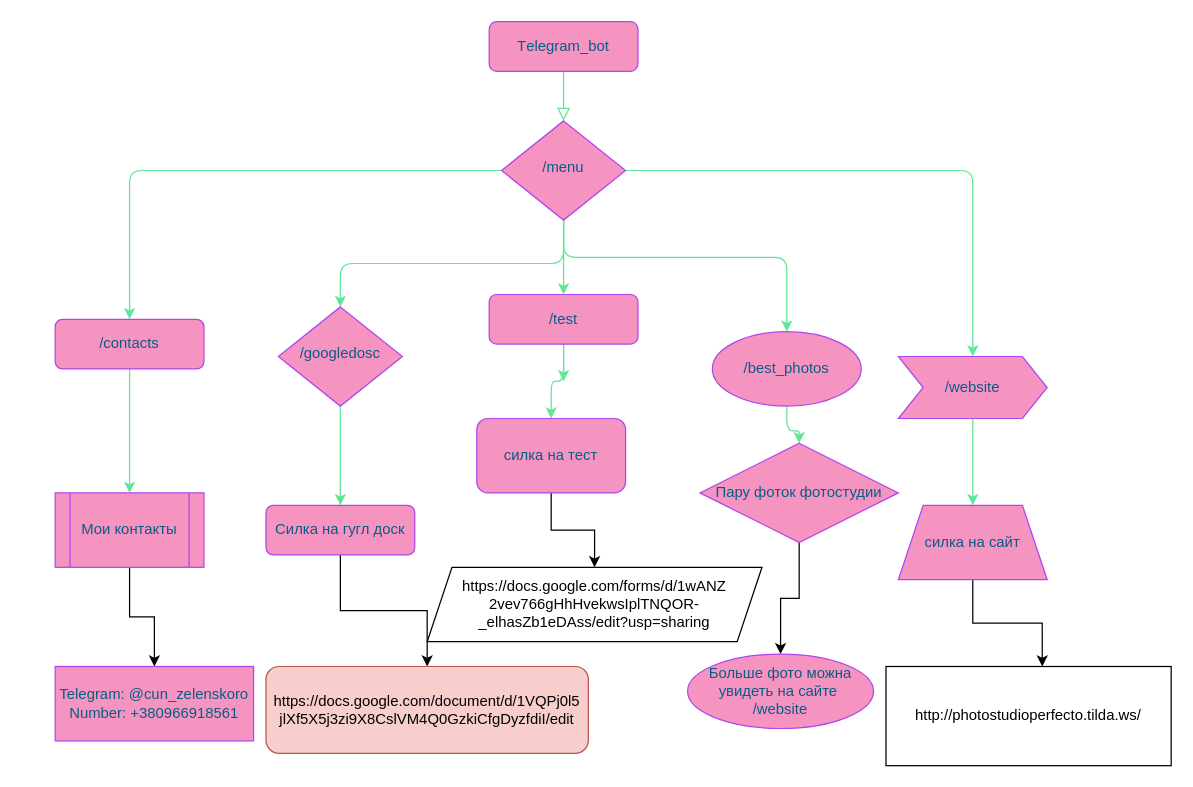
Above: Untitled Diagram.drawio in VitalyTimchenko/VitaliyTimchenkoLR_1 (draw.io), before the change. Source tidied: cells renumbered, new cells numbered last; positions are measured from the earlier drawing's top-left corner, leaving out a move shared by most shapes. Both pictures are drawn from the tidied source at 124%, with x=0, y=0 at pixel (55, 21).
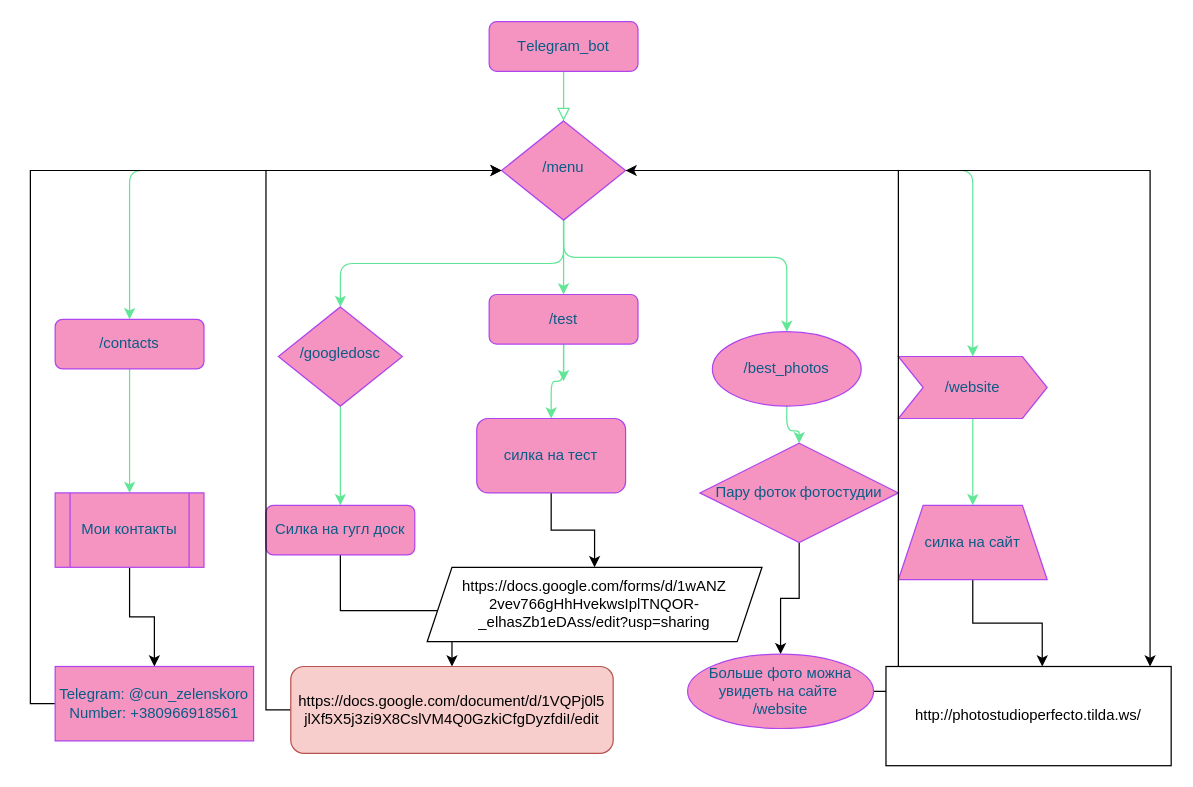
The same diagram, later.

The change refers to these unchanged cells:
```xml
<mxCell id="9" value="/menu" style="rhombus;whiteSpace=wrap;html=1;shadow=0;fontFamily=Helvetica;fontSize=12;align=center;strokeWidth=1;spacing=6;spacingTop=-4;fillColor=#F694C1;strokeColor=#AF45ED;fontColor=#095C86;" parent="1" vertex="1">
  <mxGeometry x="360" y="80" width="100" height="80" as="geometry" />
</mxCell>
<mxCell id="32" value="&lt;div&gt;Telegram: @cun_zelenskoro&lt;/div&gt;&lt;div&gt;Number: +380966918561&lt;/div&gt;" style="whiteSpace=wrap;html=1;fillColor=#F694C1;strokeColor=#AF45ED;fontColor=#095C86;rounded=0;sketch=0;" parent="1" vertex="1">
  <mxGeometry y="520" width="160" height="60" as="geometry" />
</mxCell>
<mxCell id="35" value="&lt;div&gt;Больше фото можна увидеть на сайте&amp;nbsp;&lt;/div&gt;&lt;div&gt;/website&lt;/div&gt;" style="ellipse;whiteSpace=wrap;html=1;fillColor=#F694C1;strokeColor=#AF45ED;fontColor=#095C86;rounded=0;sketch=0;" parent="1" vertex="1">
  <mxGeometry x="510" y="510" width="150" height="60" as="geometry" />
</mxCell>
<mxCell id="36" value="http://photostudioperfecto.tilda.ws/" style="whiteSpace=wrap;html=1;" parent="1" vertex="1">
  <mxGeometry x="670" y="520" width="230" height="80" as="geometry" />
</mxCell>
```

The edit, as a diff of the source:
```diff
@@
+    <mxCell id="37" style="edgeStyle=orthogonalEdgeStyle;rounded=0;jettySize=auto;html=1;entryX=0.926;entryY=0;entryDx=0;entryDy=0;entryPerimeter=0;" parent="1" edge="1" source="9" target="36">
+      <mxGeometry relative="1" as="geometry" />
+    </mxCell>
@@
+    <mxCell id="38" style="edgeStyle=orthogonalEdgeStyle;rounded=0;jettySize=auto;html=1;exitX=0;exitY=0.5;exitDx=0;exitDy=0;entryX=0;entryY=0.5;entryDx=0;entryDy=0;" parent="1" edge="1" source="32" target="9">
+      <mxGeometry relative="1" as="geometry" />
+    </mxCell>
@@
+    <mxCell id="39" style="edgeStyle=orthogonalEdgeStyle;rounded=0;jettySize=auto;html=1;exitX=0;exitY=0.5;exitDx=0;exitDy=0;entryX=0;entryY=0.5;entryDx=0;entryDy=0;" parent="1" edge="1" source="33" target="9">
+      <mxGeometry relative="1" as="geometry" />
+    </mxCell>
     <mxCell id="33" value="https://docs.google.com/document/d/1VQPj0l5&lt;br&gt;jlXf5X5j3zi9X8CslVM4Q0GzkiCfgDyzfdiI/edit" style="rounded=1;whiteSpace=wrap;html=1;fillColor=#f8cecc;strokeColor=#b85450;" parent="1" vertex="1">
-      <mxGeometry x="170" y="520" width="260" height="70" as="geometry" />
+      <mxGeometry x="190" y="520" width="260" height="70" as="geometry" />
     </mxCell>
@@
+    <mxCell id="40" style="edgeStyle=orthogonalEdgeStyle;rounded=0;jettySize=auto;html=1;entryX=1;entryY=0.5;entryDx=0;entryDy=0;" parent="1" edge="1" source="35" target="9">
+      <mxGeometry relative="1" as="geometry">
+        <Array as="points">
+          <mxPoint x="680" y="540" />
+          <mxPoint x="680" y="120" />
+        </Array>
+      </mxGeometry>
+    </mxCell>
```
